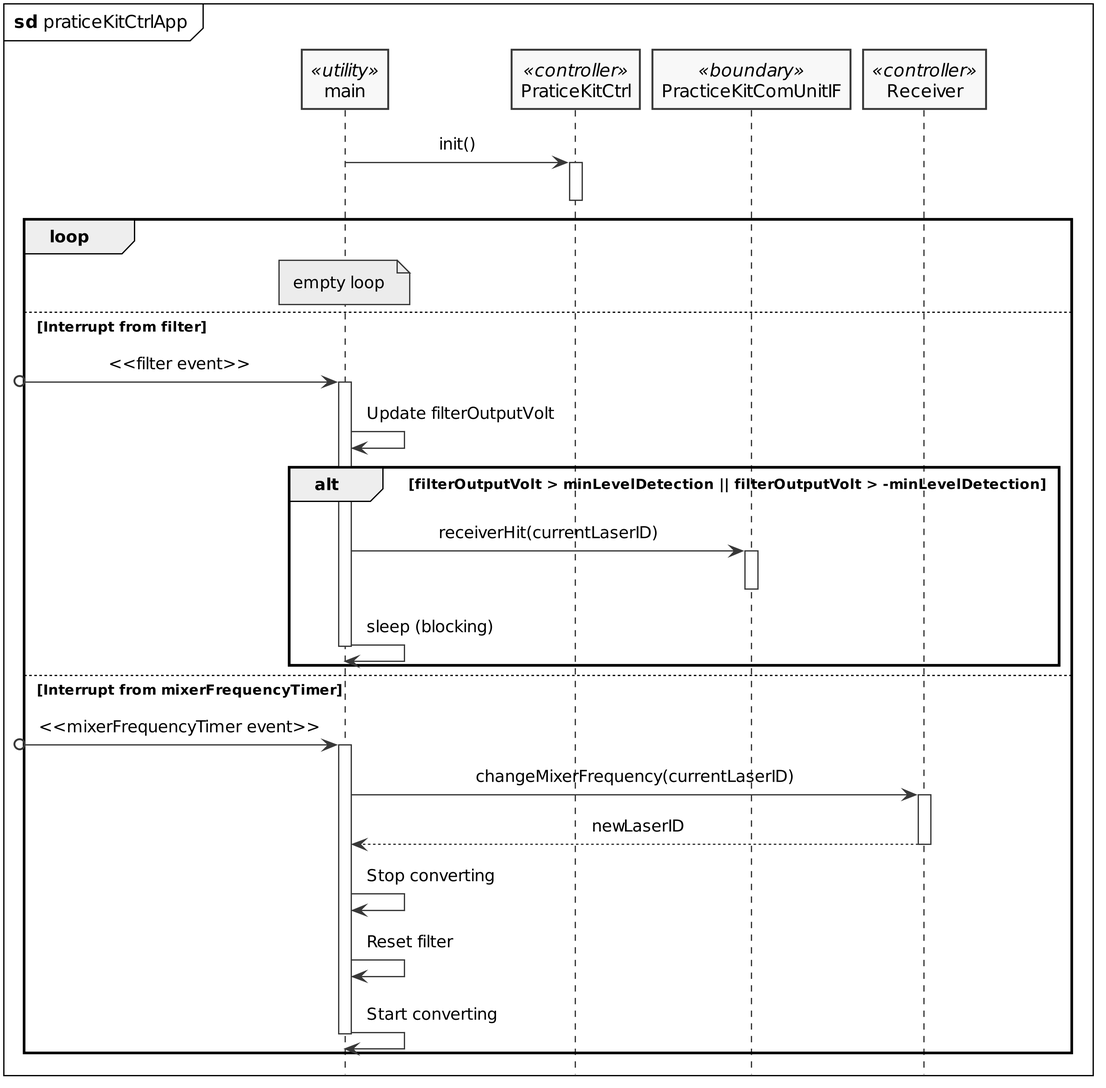
Earlier version of the PlantUML export PlantUML/out/practiceKitCtrlApp_sd.png (LasseKrarup/Laser-Tag-Project).
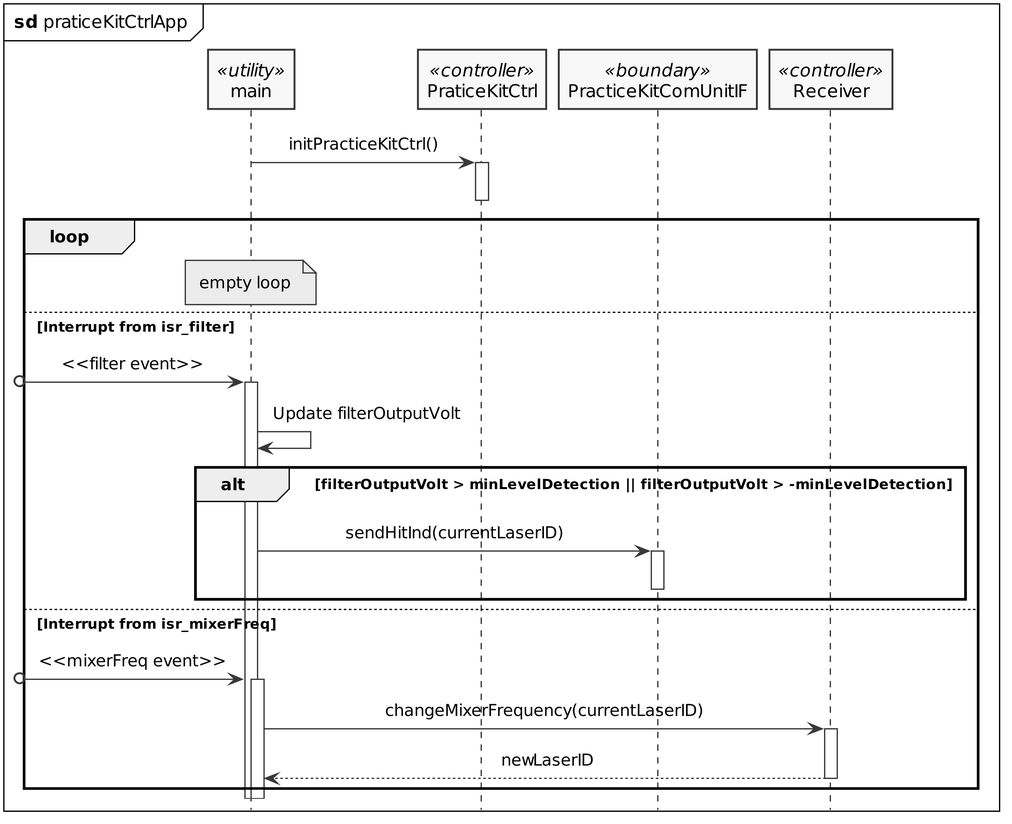
Above is the later version.

Commit message:
Updated practiceKitCtrl diagrams

What changed in the source:
```diff
@@ -18,36 +18,29 @@
 participant PracticeKitComUnitIF <<boundary>>
 participant Receiver <<controller>>
 
-main -> PraticeKitCtrl++: init()
+main -> PraticeKitCtrl++: initPracticeKitCtrl()
 deactivate PraticeKitCtrl
 
 loop
 
     note over main : empty loop
 
-    else Interrupt from filter
+    else Interrupt from isr_filter
     [o-> main: <<filter event>>
     activate main
 
     main -> main: Update filterOutputVolt
 
     alt filterOutputVolt > minLevelDetection || filterOutputVolt > -minLevelDetection
-        main -> PracticeKitComUnitIF++: receiverHit(currentLaserID)
+        main -> PracticeKitComUnitIF++: sendHitInd(currentLaserID)
         deactivate PracticeKitComUnitIF
-        main -> main: sleep (blocking)
-        deactivate main
     end
 
-    else Interrupt from mixerFrequencyTimer
-    [o-> main: <<mixerFrequencyTimer event>>
+    else Interrupt from isr_mixerFreq
+    [o-> main: <<mixerFreq event>>
     activate main
     main -> Receiver++: changeMixerFrequency(currentLaserID)
     return newLaserID
-    main -> main: Stop converting
-    main -> main: Reset filter
-    main -> main: Start converting
-    deactivate main
-    deactivate Receiver
 end
 
 @enduml
```
